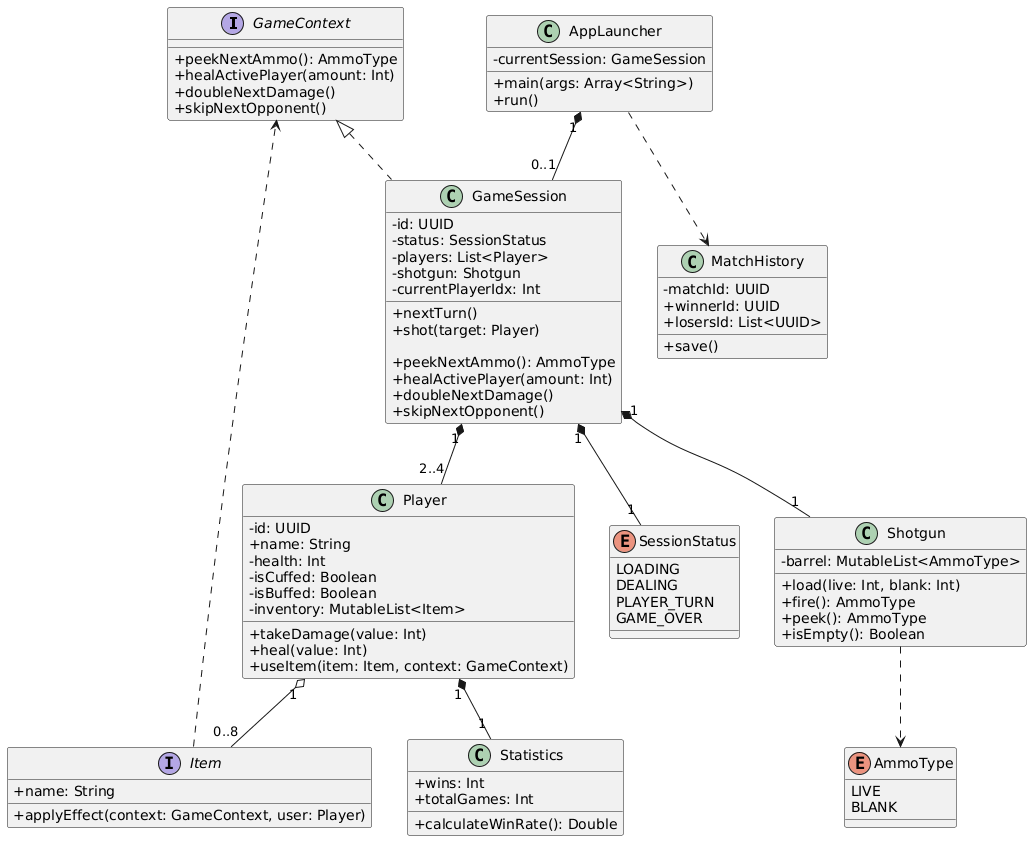
ermmmaks/CasePracticeKT keeps this PlantUML diagram as diagram.png. Above is the earlier version. The source it was exported from:
```plantuml
@startuml
skinparam classAttributeIconSize 0


interface GameContext {
    + peekNextAmmo(): AmmoType
    + healActivePlayer(amount: Int)
    + doubleNextDamage()
    + skipNextOpponent()
}

interface Item {
    + name: String
    + applyEffect(context: GameContext, user: Player)
}


class AppLauncher {
    - currentSession: GameSession
    + main(args: Array<String>)
    + run()
}

class GameSession implements GameContext{
    - id: UUID
    - status: SessionStatus
    - players: List<Player>
    - shotgun: Shotgun
    - currentPlayerIdx: Int

    + nextTurn()
    + shot(target: Player)

    + peekNextAmmo(): AmmoType
    + healActivePlayer(amount: Int)
    + doubleNextDamage()
    + skipNextOpponent()
}

class Shotgun {
    - barrel: MutableList<AmmoType>
    + load(live: Int, blank: Int)
    + fire(): AmmoType
    + peek(): AmmoType
    + isEmpty(): Boolean
}

class Player {
    - id: UUID
    + name: String
    - health: Int
    - isCuffed: Boolean
    - isBuffed: Boolean
    - inventory: MutableList<Item>

    + takeDamage(value: Int)
    + heal(value: Int)
    + useItem(item: Item, context: GameContext)
}

class Statistics {
    + wins: Int
    + totalGames: Int
    + calculateWinRate(): Double
}

class MatchHistory {
    - matchId: UUID
    + winnerId: UUID
    + losersId: List<UUID>
    + save()
}


enum AmmoType {
    LIVE
    BLANK
}

enum SessionStatus {
    LOADING
    DEALING
    PLAYER_TURN
    GAME_OVER
}


AppLauncher "1" *-- "0..1" GameSession
GameSession "1" *-- "2..4" Player
GameSession "1" *-- "1" Shotgun
GameSession "1" *-- "1" SessionStatus

Item ..> GameContext
Player "1" *-- "1" Statistics
Player "1" o-- "0..8" Item

Shotgun ..> AmmoType
AppLauncher ..> MatchHistory
@enduml
```
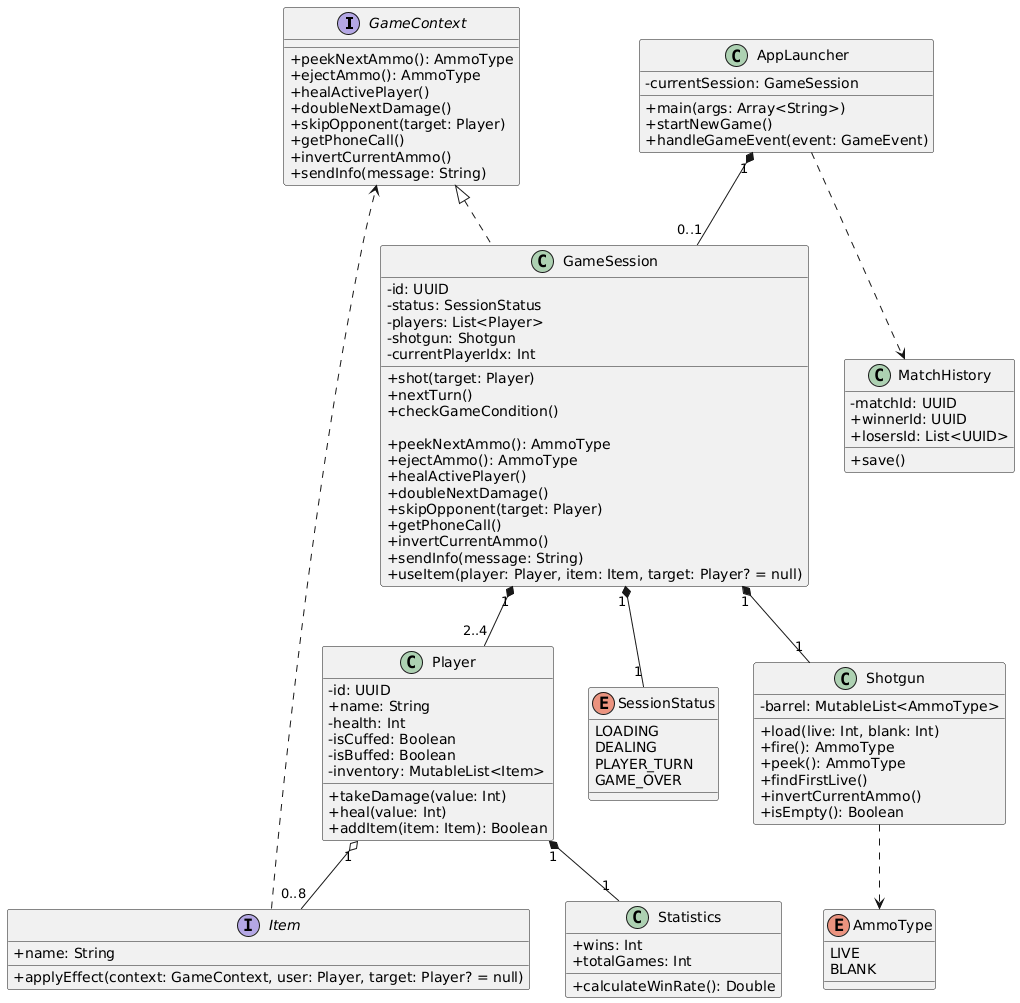
The same diagram one commit later.

Commit message:
Update diagram and description

Change to the diagram source:
```diff
@@ -4,21 +4,26 @@
 
 interface GameContext {
     + peekNextAmmo(): AmmoType
-    + healActivePlayer(amount: Int)
+    + ejectAmmo(): AmmoType
+    + healActivePlayer()
     + doubleNextDamage()
-    + skipNextOpponent()
+    + skipOpponent(target: Player)
+    + getPhoneCall()
+    + invertCurrentAmmo()
+    + sendInfo(message: String)
 }
 
 interface Item {
     + name: String
-    + applyEffect(context: GameContext, user: Player)
+    + applyEffect(context: GameContext, user: Player, target: Player? = null)
 }
 
 
 class AppLauncher {
     - currentSession: GameSession
     + main(args: Array<String>)
-    + run()
+    + startNewGame()
+    + handleGameEvent(event: GameEvent)
 }
 
 class GameSession implements GameContext{
@@ -28,13 +33,19 @@
     - shotgun: Shotgun
     - currentPlayerIdx: Int
 
+    + shot(target: Player)
     + nextTurn()
-    + shot(target: Player)
+    + checkGameCondition()
 
     + peekNextAmmo(): AmmoType
-    + healActivePlayer(amount: Int)
+    + ejectAmmo(): AmmoType
+    + healActivePlayer()
     + doubleNextDamage()
-    + skipNextOpponent()
+    + skipOpponent(target: Player)
+    + getPhoneCall()
+    + invertCurrentAmmo()
+    + sendInfo(message: String)
+    + useItem(player: Player, item: Item, target: Player? = null)
 }
 
 class Shotgun {
@@ -42,6 +53,8 @@
     + load(live: Int, blank: Int)
     + fire(): AmmoType
     + peek(): AmmoType
+    + findFirstLive()
+    + invertCurrentAmmo()
     + isEmpty(): Boolean
 }
 
@@ -55,7 +68,7 @@
 
     + takeDamage(value: Int)
     + heal(value: Int)
-    + useItem(item: Item, context: GameContext)
+    + addItem(item: Item): Boolean
 }
 
 class Statistics {
```
